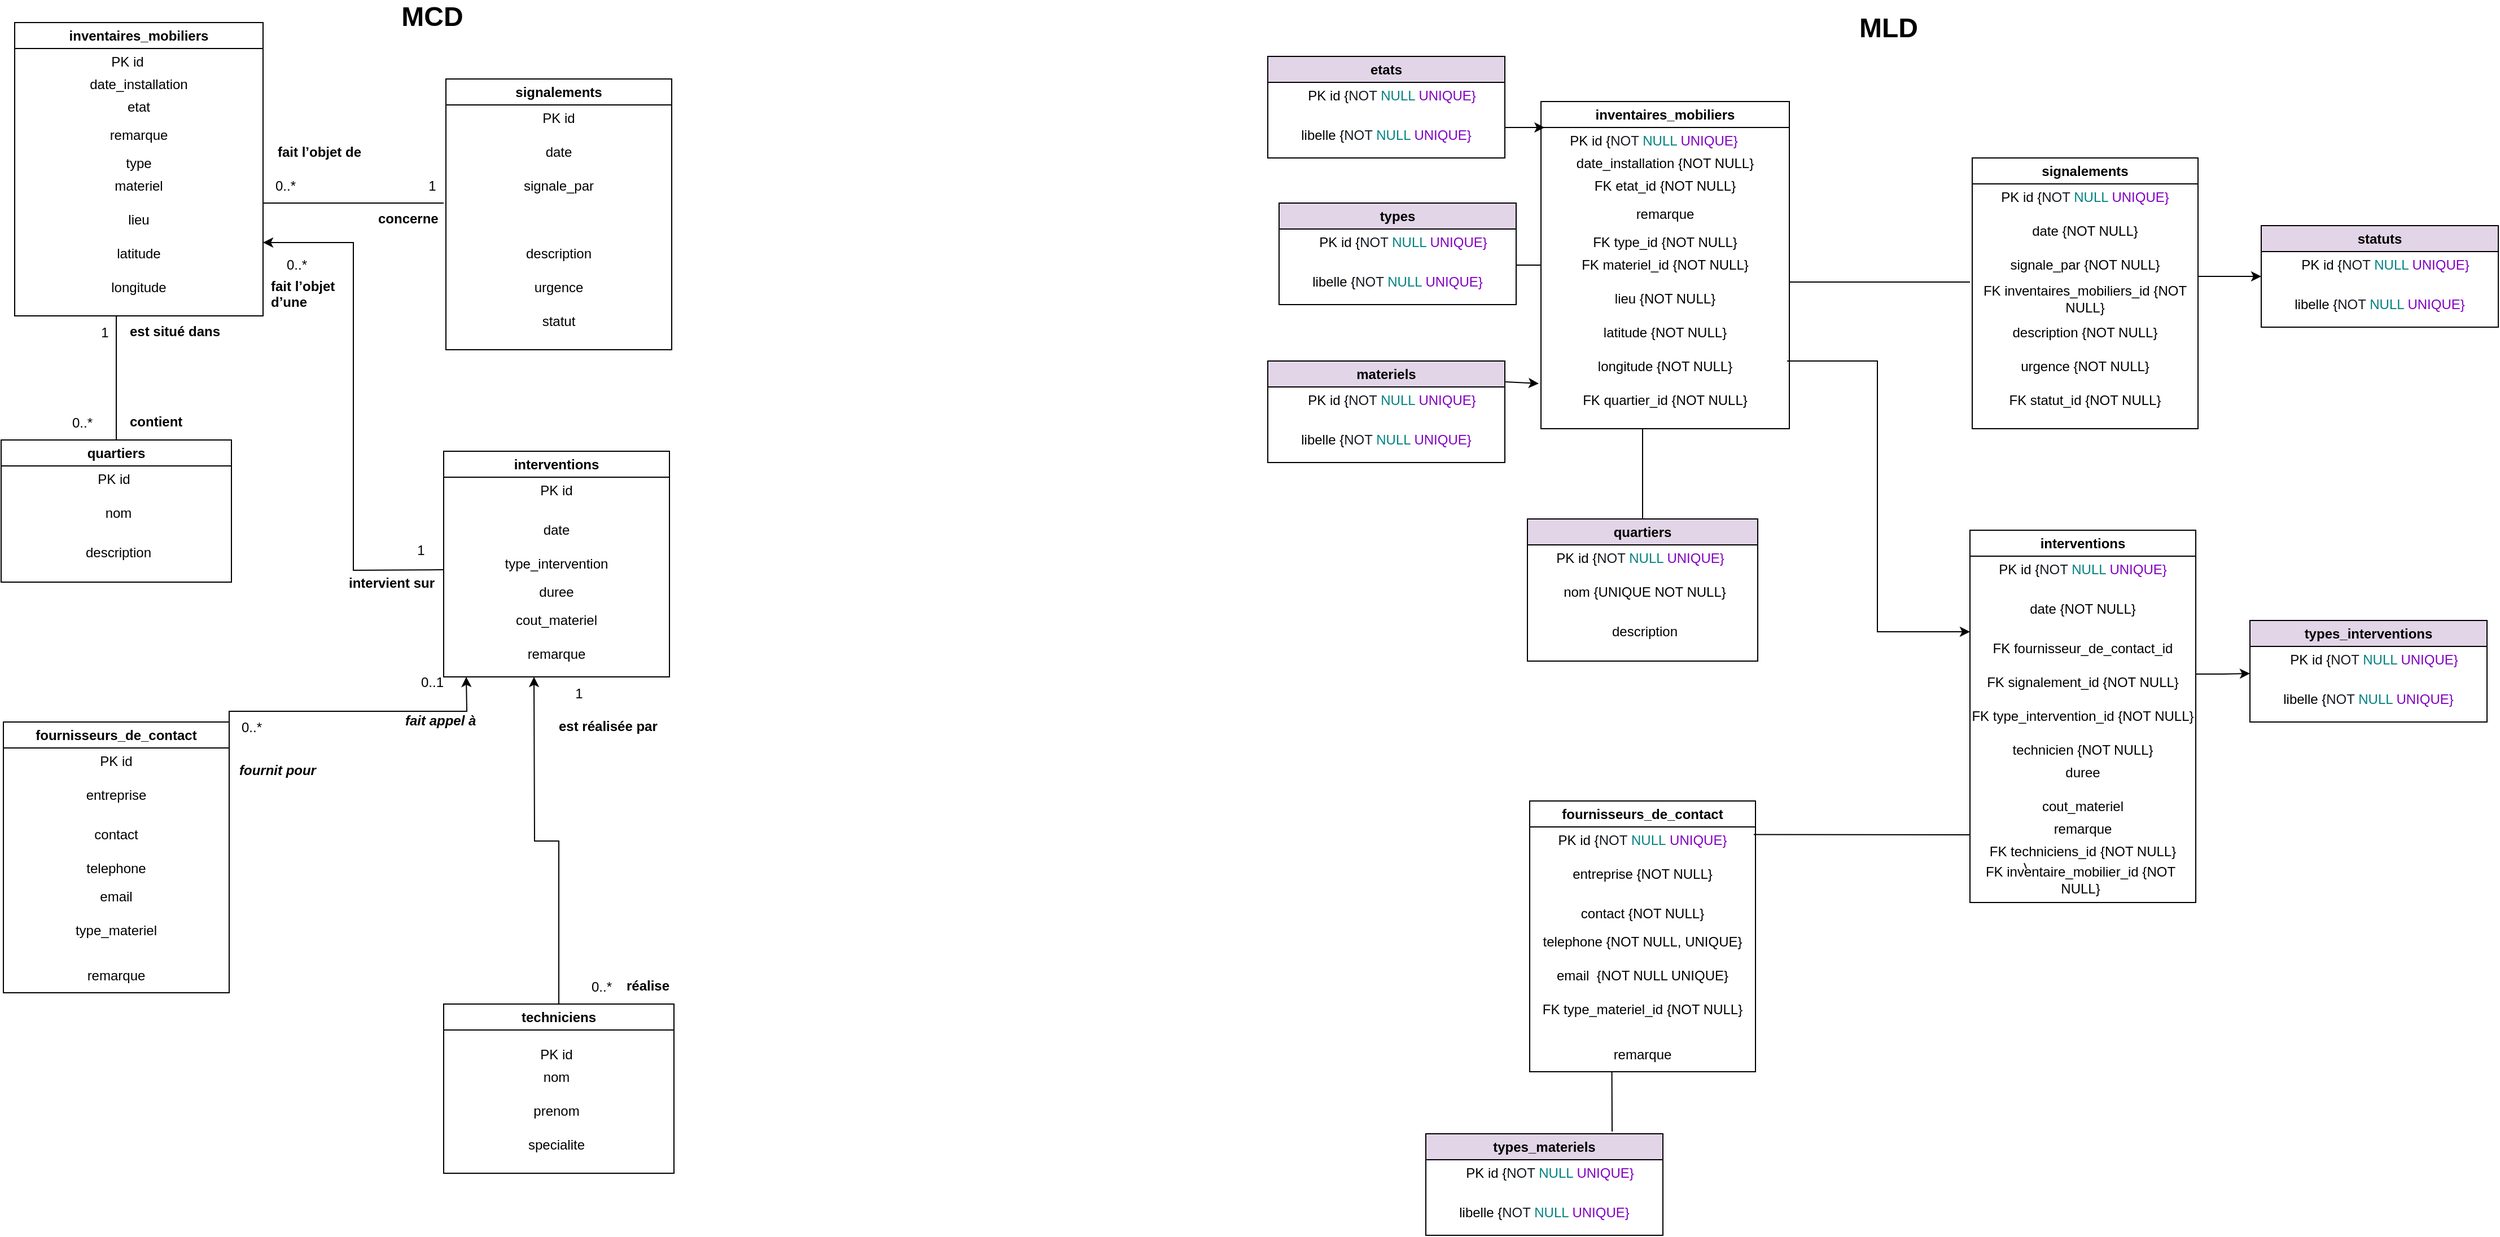
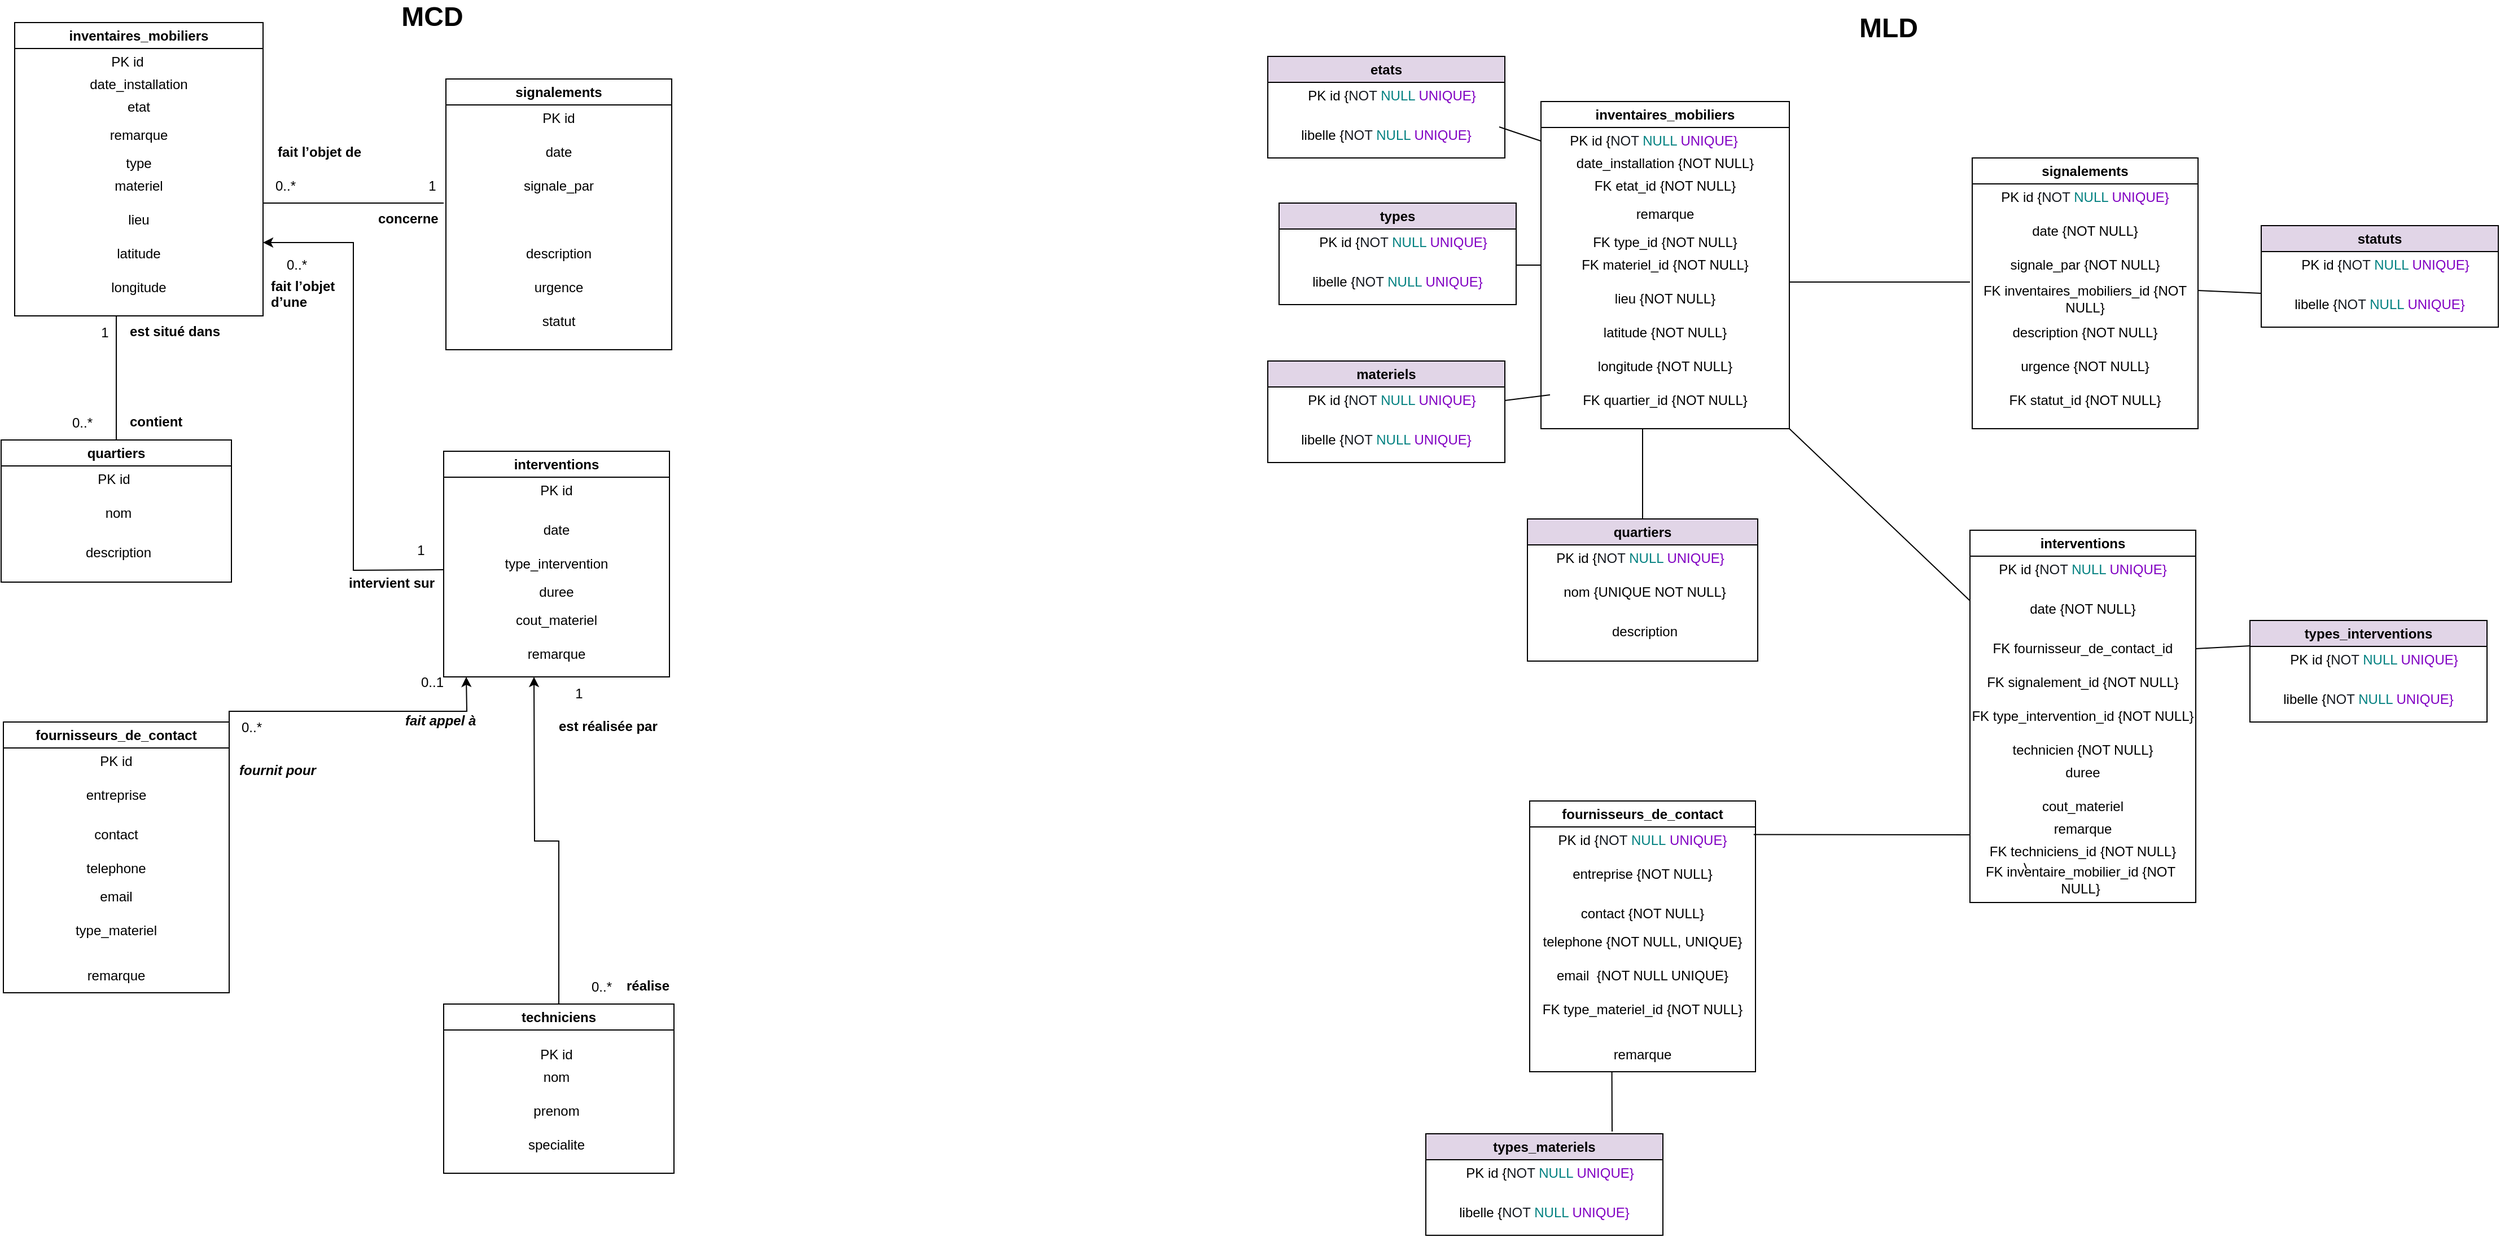
- <mxfile host="app.diagrams.net" agent="Mozilla/5.0 (Macintosh; Intel Mac OS X 10_15_7) AppleWebKit/605.1.15 (KHTML, like Gecko) Version/26.3 Safari/605.1.15" version="29.3.4">
+ <mxfile host="app.diagrams.net" agent="Mozilla/5.0 (Macintosh; Intel Mac OS X 10_15_7) AppleWebKit/605.1.15 (KHTML, like Gecko) Version/26.3 Safari/605.1.15">
  <diagram name="Page-1" id="qI_i529aqIQb4XtuPHaz">
-     <mxGraphModel dx="702" dy="481" grid="1" gridSize="10" guides="1" tooltips="1" connect="1" arrows="1" fold="1" page="1" pageScale="1" pageWidth="827" pageHeight="1169" math="0" shadow="0">
+     <mxGraphModel dx="1548" dy="1072" grid="1" gridSize="10" guides="1" tooltips="1" connect="1" arrows="1" fold="1" page="1" pageScale="1" pageWidth="827" pageHeight="1169" math="0" shadow="0">
      <root>
        <mxCell id="0" />
        <mxCell id="1" parent="0" />
        <mxCell id="W7fyBIp_Z-IjTHX4Fqgb-1" parent="1" style="swimlane;whiteSpace=wrap;html=1;" value="fournisseurs_de_contact" vertex="1">
          <mxGeometry height="240" width="200" x="60" y="660" as="geometry" />
        </mxCell>
        <mxCell id="KaxJKvIV5xf2s8ch7RQ2-11" edge="1" parent="W7fyBIp_Z-IjTHX4Fqgb-1" source="W7fyBIp_Z-IjTHX4Fqgb-6" style="edgeStyle=orthogonalEdgeStyle;rounded=0;orthogonalLoop=1;jettySize=auto;html=1;exitX=1;exitY=0;exitDx=0;exitDy=0;">
          <mxGeometry relative="1" as="geometry">
            <mxPoint x="410" y="-40" as="targetPoint" />
          </mxGeometry>
        </mxCell>
        <mxCell id="W7fyBIp_Z-IjTHX4Fqgb-6" parent="W7fyBIp_Z-IjTHX4Fqgb-1" style="text;html=1;whiteSpace=wrap;strokeColor=none;fillColor=none;align=center;verticalAlign=middle;rounded=0;" value="PK id" vertex="1">
          <mxGeometry height="30" width="200" y="20" as="geometry" />
        </mxCell>
        <mxCell id="W7fyBIp_Z-IjTHX4Fqgb-7" parent="W7fyBIp_Z-IjTHX4Fqgb-1" style="text;html=1;whiteSpace=wrap;strokeColor=none;fillColor=none;align=center;verticalAlign=middle;rounded=0;" value="entreprise" vertex="1">
          <mxGeometry height="30" width="200" y="50" as="geometry" />
        </mxCell>
        <mxCell id="aokPFI74hNtUqefgqpum-1" parent="W7fyBIp_Z-IjTHX4Fqgb-1" style="text;html=1;whiteSpace=wrap;strokeColor=none;fillColor=none;align=center;verticalAlign=middle;rounded=0;" value="contact" vertex="1">
          <mxGeometry height="30" width="200" y="85" as="geometry" />
        </mxCell>
        <mxCell id="aokPFI74hNtUqefgqpum-2" parent="W7fyBIp_Z-IjTHX4Fqgb-1" style="text;html=1;whiteSpace=wrap;strokeColor=none;fillColor=none;align=center;verticalAlign=middle;rounded=0;" value="email" vertex="1">
          <mxGeometry height="30" width="200" y="140" as="geometry" />
        </mxCell>
        <mxCell id="aokPFI74hNtUqefgqpum-3" parent="W7fyBIp_Z-IjTHX4Fqgb-1" style="text;html=1;whiteSpace=wrap;strokeColor=none;fillColor=none;align=center;verticalAlign=middle;rounded=0;" value="type_materiel" vertex="1">
          <mxGeometry height="30" width="200" y="170" as="geometry" />
        </mxCell>
        <mxCell id="aokPFI74hNtUqefgqpum-4" parent="W7fyBIp_Z-IjTHX4Fqgb-1" style="text;html=1;whiteSpace=wrap;strokeColor=none;fillColor=none;align=center;verticalAlign=middle;rounded=0;" value="remarque" vertex="1">
          <mxGeometry height="30" width="200" y="210" as="geometry" />
        </mxCell>
        <mxCell id="9jj5AoaBkXmBQrcGDdKF-15" parent="W7fyBIp_Z-IjTHX4Fqgb-1" style="text;html=1;whiteSpace=wrap;strokeColor=none;fillColor=none;align=center;verticalAlign=middle;rounded=0;" value="telephone" vertex="1">
          <mxGeometry height="30" width="200" y="115" as="geometry" />
        </mxCell>
        <mxCell id="W7fyBIp_Z-IjTHX4Fqgb-2" parent="1" style="swimlane;whiteSpace=wrap;html=1;" value="interventions" vertex="1">
          <mxGeometry height="200" width="200" x="450" y="420" as="geometry" />
        </mxCell>
        <mxCell id="aokPFI74hNtUqefgqpum-5" parent="W7fyBIp_Z-IjTHX4Fqgb-2" style="text;html=1;whiteSpace=wrap;strokeColor=none;fillColor=none;align=center;verticalAlign=middle;rounded=0;" value="PK id" vertex="1">
          <mxGeometry height="30" width="200" y="20" as="geometry" />
        </mxCell>
        <mxCell id="aokPFI74hNtUqefgqpum-6" parent="W7fyBIp_Z-IjTHX4Fqgb-2" style="text;html=1;whiteSpace=wrap;strokeColor=none;fillColor=none;align=center;verticalAlign=middle;rounded=0;" value="date" vertex="1">
          <mxGeometry height="30" width="200" y="55" as="geometry" />
        </mxCell>
        <mxCell id="aokPFI74hNtUqefgqpum-8" parent="W7fyBIp_Z-IjTHX4Fqgb-2" style="text;html=1;whiteSpace=wrap;strokeColor=none;fillColor=none;align=center;verticalAlign=middle;rounded=0;" value="type_intervention" vertex="1">
          <mxGeometry height="30" width="200" y="85" as="geometry" />
        </mxCell>
        <mxCell id="aokPFI74hNtUqefgqpum-10" parent="W7fyBIp_Z-IjTHX4Fqgb-2" style="text;html=1;whiteSpace=wrap;strokeColor=none;fillColor=none;align=center;verticalAlign=middle;rounded=0;" value="duree" vertex="1">
          <mxGeometry height="30" width="200" y="110" as="geometry" />
        </mxCell>
        <mxCell id="aokPFI74hNtUqefgqpum-11" parent="W7fyBIp_Z-IjTHX4Fqgb-2" style="text;html=1;whiteSpace=wrap;strokeColor=none;fillColor=none;align=center;verticalAlign=middle;rounded=0;" value="cout_materiel" vertex="1">
          <mxGeometry height="30" width="200" y="135" as="geometry" />
        </mxCell>
        <mxCell id="aokPFI74hNtUqefgqpum-12" parent="W7fyBIp_Z-IjTHX4Fqgb-2" style="text;html=1;whiteSpace=wrap;strokeColor=none;fillColor=none;align=center;verticalAlign=middle;rounded=0;" value="remarque" vertex="1">
          <mxGeometry height="30" width="200" y="165" as="geometry" />
        </mxCell>
        <mxCell id="W7fyBIp_Z-IjTHX4Fqgb-3" parent="1" style="swimlane;whiteSpace=wrap;html=1;rounded=0;align=center;verticalAlign=middle;fontFamily=Helvetica;fontSize=12;fontColor=default;fillColor=none;gradientColor=none;" value="inventaires_mobiliers" vertex="1">
          <mxGeometry height="260" width="220" x="70" y="40" as="geometry" />
        </mxCell>
        <mxCell id="aokPFI74hNtUqefgqpum-13" parent="W7fyBIp_Z-IjTHX4Fqgb-3" style="text;html=1;whiteSpace=wrap;strokeColor=none;fillColor=none;align=center;verticalAlign=middle;rounded=0;fontFamily=Helvetica;fontSize=12;fontColor=default;" value="PK id" vertex="1">
          <mxGeometry height="30" width="200" y="20" as="geometry" />
        </mxCell>
        <mxCell id="aokPFI74hNtUqefgqpum-19" parent="W7fyBIp_Z-IjTHX4Fqgb-3" style="text;html=1;whiteSpace=wrap;strokeColor=none;fillColor=none;align=center;verticalAlign=middle;rounded=0;" value="date_installation" vertex="1">
          <mxGeometry height="30" width="200" x="10" y="40" as="geometry" />
        </mxCell>
        <mxCell id="aokPFI74hNtUqefgqpum-20" parent="W7fyBIp_Z-IjTHX4Fqgb-3" style="text;html=1;whiteSpace=wrap;strokeColor=none;fillColor=none;align=center;verticalAlign=middle;rounded=0;" value="etat" vertex="1">
          <mxGeometry height="30" width="200" x="10" y="60" as="geometry" />
        </mxCell>
        <mxCell id="aokPFI74hNtUqefgqpum-21" parent="W7fyBIp_Z-IjTHX4Fqgb-3" style="text;html=1;whiteSpace=wrap;strokeColor=none;fillColor=none;align=center;verticalAlign=middle;rounded=0;" value="remarque" vertex="1">
          <mxGeometry height="20" width="200" x="10" y="90" as="geometry" />
        </mxCell>
        <mxCell id="9jj5AoaBkXmBQrcGDdKF-18" parent="W7fyBIp_Z-IjTHX4Fqgb-3" style="text;html=1;whiteSpace=wrap;strokeColor=none;fillColor=none;align=center;verticalAlign=middle;rounded=0;fontFamily=Helvetica;fontSize=12;fontColor=default;" value="type" vertex="1">
          <mxGeometry height="30" width="200" x="10" y="110" as="geometry" />
        </mxCell>
        <mxCell id="9jj5AoaBkXmBQrcGDdKF-19" parent="W7fyBIp_Z-IjTHX4Fqgb-3" style="text;html=1;whiteSpace=wrap;strokeColor=none;fillColor=none;align=center;verticalAlign=middle;rounded=0;fontFamily=Helvetica;fontSize=12;fontColor=default;" value="materiel" vertex="1">
          <mxGeometry height="30" width="200" x="10" y="130" as="geometry" />
        </mxCell>
        <mxCell id="9jj5AoaBkXmBQrcGDdKF-20" parent="W7fyBIp_Z-IjTHX4Fqgb-3" style="text;html=1;whiteSpace=wrap;strokeColor=none;fillColor=none;align=center;verticalAlign=middle;rounded=0;fontFamily=Helvetica;fontSize=12;fontColor=default;" value="lieu" vertex="1">
          <mxGeometry height="30" width="200" x="10" y="160" as="geometry" />
        </mxCell>
        <mxCell id="9jj5AoaBkXmBQrcGDdKF-22" parent="W7fyBIp_Z-IjTHX4Fqgb-3" style="text;html=1;whiteSpace=wrap;strokeColor=none;fillColor=none;align=center;verticalAlign=middle;rounded=0;fontFamily=Helvetica;fontSize=12;fontColor=default;" value="latitude" vertex="1">
          <mxGeometry height="30" width="200" x="10" y="190" as="geometry" />
        </mxCell>
        <mxCell id="9jj5AoaBkXmBQrcGDdKF-23" parent="W7fyBIp_Z-IjTHX4Fqgb-3" style="text;html=1;whiteSpace=wrap;strokeColor=none;fillColor=none;align=center;verticalAlign=middle;rounded=0;fontFamily=Helvetica;fontSize=12;fontColor=default;" value="longitude" vertex="1">
          <mxGeometry height="30" width="200" x="10" y="220" as="geometry" />
        </mxCell>
        <mxCell id="W7fyBIp_Z-IjTHX4Fqgb-5" parent="1" style="swimlane;whiteSpace=wrap;html=1;" value="signalements" vertex="1">
          <mxGeometry height="240" width="200" x="452" y="90" as="geometry" />
        </mxCell>
        <mxCell id="aokPFI74hNtUqefgqpum-22" parent="W7fyBIp_Z-IjTHX4Fqgb-5" style="text;html=1;whiteSpace=wrap;strokeColor=none;fillColor=none;align=center;verticalAlign=middle;rounded=0;" value="PK id" vertex="1">
          <mxGeometry height="30" width="200" y="20" as="geometry" />
        </mxCell>
        <mxCell id="aokPFI74hNtUqefgqpum-23" parent="W7fyBIp_Z-IjTHX4Fqgb-5" style="text;html=1;whiteSpace=wrap;strokeColor=none;fillColor=none;align=center;verticalAlign=middle;rounded=0;" value="date" vertex="1">
          <mxGeometry height="30" width="200" y="50" as="geometry" />
        </mxCell>
        <mxCell id="aokPFI74hNtUqefgqpum-24" parent="W7fyBIp_Z-IjTHX4Fqgb-5" style="text;html=1;whiteSpace=wrap;strokeColor=none;fillColor=none;align=center;verticalAlign=middle;rounded=0;" value="signale_par" vertex="1">
          <mxGeometry height="30" width="200" y="80" as="geometry" />
        </mxCell>
        <mxCell id="aokPFI74hNtUqefgqpum-26" parent="W7fyBIp_Z-IjTHX4Fqgb-5" style="text;html=1;whiteSpace=wrap;strokeColor=none;fillColor=none;align=center;verticalAlign=middle;rounded=0;" value="description" vertex="1">
          <mxGeometry height="30" width="200" y="140" as="geometry" />
        </mxCell>
        <mxCell id="aokPFI74hNtUqefgqpum-27" parent="W7fyBIp_Z-IjTHX4Fqgb-5" style="text;html=1;whiteSpace=wrap;strokeColor=none;fillColor=none;align=center;verticalAlign=middle;rounded=0;" value="urgence" vertex="1">
          <mxGeometry height="30" width="200" y="170" as="geometry" />
        </mxCell>
        <mxCell id="aokPFI74hNtUqefgqpum-28" parent="W7fyBIp_Z-IjTHX4Fqgb-5" style="text;html=1;whiteSpace=wrap;strokeColor=none;fillColor=none;align=center;verticalAlign=middle;rounded=0;" value="statut" vertex="1">
          <mxGeometry height="30" width="200" y="200" as="geometry" />
        </mxCell>
        <mxCell id="9jj5AoaBkXmBQrcGDdKF-45" parent="W7fyBIp_Z-IjTHX4Fqgb-5" style="text;html=1;whiteSpace=wrap;strokeColor=none;fillColor=none;align=center;verticalAlign=middle;rounded=0;" value="1" vertex="1">
          <mxGeometry height="30" width="60" x="-42" y="80" as="geometry" />
        </mxCell>
        <mxCell id="9jj5AoaBkXmBQrcGDdKF-1" edge="1" parent="1" style="endArrow=none;html=1;rounded=0;" value="">
          <mxGeometry height="50" relative="1" width="50" as="geometry">
            <mxPoint x="290" y="200" as="sourcePoint" />
            <mxPoint x="450" y="200" as="targetPoint" />
          </mxGeometry>
        </mxCell>
        <mxCell id="9jj5AoaBkXmBQrcGDdKF-4" parent="1" style="text;html=1;whiteSpace=wrap;strokeColor=none;fillColor=none;align=center;verticalAlign=middle;rounded=0;" value="0..*" vertex="1">
          <mxGeometry height="30" width="60" x="280" y="170" as="geometry" />
        </mxCell>
        <mxCell id="9jj5AoaBkXmBQrcGDdKF-7" parent="1" style="text;html=1;whiteSpace=wrap;strokeColor=none;fillColor=none;align=center;verticalAlign=middle;rounded=0;" value="0..1" vertex="1">
          <mxGeometry height="30" width="60" x="410" y="610" as="geometry" />
        </mxCell>
        <mxCell id="9jj5AoaBkXmBQrcGDdKF-8" parent="1" style="text;html=1;whiteSpace=wrap;strokeColor=none;fillColor=none;align=center;verticalAlign=middle;rounded=0;" value="0..*" vertex="1">
          <mxGeometry height="30" width="60" x="250" y="650" as="geometry" />
        </mxCell>
        <mxCell id="9jj5AoaBkXmBQrcGDdKF-28" parent="1" style="swimlane;whiteSpace=wrap;html=1;" value="quartiers" vertex="1">
          <mxGeometry height="126" width="204" x="58" y="410" as="geometry" />
        </mxCell>
        <mxCell id="9jj5AoaBkXmBQrcGDdKF-29" parent="9jj5AoaBkXmBQrcGDdKF-28" style="text;html=1;whiteSpace=wrap;strokeColor=none;fillColor=none;align=center;verticalAlign=middle;rounded=0;" value="PK id" vertex="1">
          <mxGeometry height="30" width="200" y="20" as="geometry" />
        </mxCell>
        <mxCell id="9jj5AoaBkXmBQrcGDdKF-32" parent="9jj5AoaBkXmBQrcGDdKF-28" style="text;html=1;whiteSpace=wrap;strokeColor=none;fillColor=none;align=center;verticalAlign=middle;rounded=0;" value="nom" vertex="1">
          <mxGeometry height="30" width="200" x="4" y="50" as="geometry" />
        </mxCell>
        <mxCell id="9jj5AoaBkXmBQrcGDdKF-33" parent="9jj5AoaBkXmBQrcGDdKF-28" style="text;html=1;whiteSpace=wrap;strokeColor=none;fillColor=none;align=center;verticalAlign=middle;rounded=0;" value="description" vertex="1">
          <mxGeometry height="30" width="200" x="4" y="85" as="geometry" />
        </mxCell>
        <mxCell id="KaxJKvIV5xf2s8ch7RQ2-14" edge="1" parent="1" source="9jj5AoaBkXmBQrcGDdKF-30" style="edgeStyle=orthogonalEdgeStyle;rounded=0;orthogonalLoop=1;jettySize=auto;html=1;exitX=0.5;exitY=0;exitDx=0;exitDy=0;">
          <mxGeometry relative="1" as="geometry">
            <mxPoint x="530" y="620" as="targetPoint" />
          </mxGeometry>
        </mxCell>
        <mxCell id="9jj5AoaBkXmBQrcGDdKF-30" parent="1" style="swimlane;whiteSpace=wrap;html=1;startSize=23;" value="techniciens" vertex="1">
          <mxGeometry height="150" width="204" x="450" y="910" as="geometry" />
        </mxCell>
        <mxCell id="9jj5AoaBkXmBQrcGDdKF-31" parent="9jj5AoaBkXmBQrcGDdKF-30" style="text;html=1;whiteSpace=wrap;strokeColor=none;fillColor=none;align=center;verticalAlign=middle;rounded=0;" value="PK id" vertex="1">
          <mxGeometry height="30" width="200" y="30" as="geometry" />
        </mxCell>
        <mxCell id="9jj5AoaBkXmBQrcGDdKF-34" parent="9jj5AoaBkXmBQrcGDdKF-30" style="text;html=1;whiteSpace=wrap;strokeColor=none;fillColor=none;align=center;verticalAlign=middle;rounded=0;" value="nom" vertex="1">
          <mxGeometry height="30" width="200" y="50" as="geometry" />
        </mxCell>
        <mxCell id="9jj5AoaBkXmBQrcGDdKF-35" parent="9jj5AoaBkXmBQrcGDdKF-30" style="text;html=1;whiteSpace=wrap;strokeColor=none;fillColor=none;align=center;verticalAlign=middle;rounded=0;" value="prenom" vertex="1">
          <mxGeometry height="30" width="200" y="80" as="geometry" />
        </mxCell>
        <mxCell id="9jj5AoaBkXmBQrcGDdKF-36" parent="9jj5AoaBkXmBQrcGDdKF-30" style="text;html=1;whiteSpace=wrap;strokeColor=none;fillColor=none;align=center;verticalAlign=middle;rounded=0;" value="specialite" vertex="1">
          <mxGeometry height="30" width="200" y="110" as="geometry" />
        </mxCell>
        <mxCell id="9jj5AoaBkXmBQrcGDdKF-40" parent="1" style="text;html=1;whiteSpace=wrap;strokeColor=none;fillColor=none;align=center;verticalAlign=middle;rounded=0;" value="1" vertex="1">
          <mxGeometry height="30" width="60" x="540" y="620" as="geometry" />
        </mxCell>
        <mxCell id="9jj5AoaBkXmBQrcGDdKF-41" parent="1" style="text;html=1;whiteSpace=wrap;strokeColor=none;fillColor=none;align=center;verticalAlign=middle;rounded=0;" value="0..*" vertex="1">
          <mxGeometry height="30" width="60" x="560" y="880" as="geometry" />
        </mxCell>
        <mxCell id="9jj5AoaBkXmBQrcGDdKF-48" edge="1" parent="1" style="endArrow=none;html=1;rounded=0;" value="">
          <mxGeometry height="50" relative="1" width="50" as="geometry">
            <mxPoint x="160" y="410" as="sourcePoint" />
            <mxPoint x="160" y="300" as="targetPoint" />
          </mxGeometry>
        </mxCell>
        <mxCell id="9jj5AoaBkXmBQrcGDdKF-51" parent="1" style="text;html=1;whiteSpace=wrap;strokeColor=none;fillColor=none;align=center;verticalAlign=middle;rounded=0;" value="1" vertex="1">
          <mxGeometry height="30" width="60" x="120" y="300" as="geometry" />
        </mxCell>
        <mxCell id="9jj5AoaBkXmBQrcGDdKF-53" parent="1" style="text;html=1;whiteSpace=wrap;strokeColor=none;fillColor=none;align=center;verticalAlign=middle;rounded=0;" value="0..*" vertex="1">
          <mxGeometry height="30" width="60" x="100" y="380" as="geometry" />
        </mxCell>
        <mxCell id="DEqoVedOSWm0KZeUY-1K-5" parent="1" style="text;html=1;whiteSpace=wrap;strokeColor=none;fillColor=none;align=center;verticalAlign=middle;rounded=0;" value="&lt;font style=&quot;font-size: 24px;&quot;&gt;&lt;b&gt;MCD&lt;/b&gt;&lt;/font&gt;" vertex="1">
          <mxGeometry height="30" width="60" x="410" y="20" as="geometry" />
        </mxCell>
        <mxCell id="Ig_Bwu8nRR3nwBBhYGdf-2" parent="1" style="text;html=1;whiteSpace=wrap;strokeColor=none;fillColor=none;align=center;verticalAlign=middle;rounded=0;" value="&lt;font style=&quot;font-size: 24px;&quot;&gt;&lt;b&gt;MLD&lt;/b&gt;&lt;/font&gt;" vertex="1">
          <mxGeometry height="30" width="60" x="1700" y="30" as="geometry" />
        </mxCell>
        <mxCell id="Ig_Bwu8nRR3nwBBhYGdf-3" parent="1" style="swimlane;whiteSpace=wrap;html=1;" value="fournisseurs_de_contact" vertex="1">
          <mxGeometry height="240" width="200" x="1412" y="730" as="geometry" />
        </mxCell>
        <mxCell id="Ig_Bwu8nRR3nwBBhYGdf-4" parent="Ig_Bwu8nRR3nwBBhYGdf-3" style="text;html=1;whiteSpace=wrap;strokeColor=none;fillColor=none;align=center;verticalAlign=middle;rounded=0;" value="PK id {&lt;span class=&quot;token token&quot; style=&quot;color: rgb(20, 24, 31);&quot;&gt;NOT&lt;/span&gt;&amp;nbsp;&lt;span class=&quot;token token&quot; style=&quot;color: rgb(0, 128, 128);&quot;&gt;NULL&lt;/span&gt;&amp;nbsp;&lt;span class=&quot;token token&quot; style=&quot;color: rgb(129, 0, 194);&quot;&gt;UNIQUE}&lt;/span&gt;" vertex="1">
          <mxGeometry height="30" width="200" y="20" as="geometry" />
        </mxCell>
        <mxCell id="Ig_Bwu8nRR3nwBBhYGdf-5" parent="Ig_Bwu8nRR3nwBBhYGdf-3" style="text;html=1;whiteSpace=wrap;strokeColor=none;fillColor=none;align=center;verticalAlign=middle;rounded=0;" value="entreprise {NOT NULL}" vertex="1">
          <mxGeometry height="30" width="200" y="50" as="geometry" />
        </mxCell>
        <mxCell id="Ig_Bwu8nRR3nwBBhYGdf-6" parent="Ig_Bwu8nRR3nwBBhYGdf-3" style="text;html=1;whiteSpace=wrap;strokeColor=none;fillColor=none;align=center;verticalAlign=middle;rounded=0;" value="contact {NOT NULL}" vertex="1">
          <mxGeometry height="30" width="200" y="85" as="geometry" />
        </mxCell>
        <mxCell id="Ig_Bwu8nRR3nwBBhYGdf-7" parent="Ig_Bwu8nRR3nwBBhYGdf-3" style="text;html=1;whiteSpace=wrap;strokeColor=none;fillColor=none;align=center;verticalAlign=middle;rounded=0;" value="email&amp;nbsp; {NOT NULL UNIQUE}" vertex="1">
          <mxGeometry height="30" width="200" y="140" as="geometry" />
        </mxCell>
        <mxCell id="Ig_Bwu8nRR3nwBBhYGdf-8" parent="Ig_Bwu8nRR3nwBBhYGdf-3" style="text;html=1;whiteSpace=wrap;strokeColor=none;fillColor=none;align=center;verticalAlign=middle;rounded=0;" value="FK type_materiel_id {NOT NULL}" vertex="1">
          <mxGeometry height="30" width="200" y="170" as="geometry" />
        </mxCell>
        <mxCell id="Ig_Bwu8nRR3nwBBhYGdf-9" parent="Ig_Bwu8nRR3nwBBhYGdf-3" style="text;html=1;whiteSpace=wrap;strokeColor=none;fillColor=none;align=center;verticalAlign=middle;rounded=0;" value="remarque" vertex="1">
          <mxGeometry height="30" width="200" y="210" as="geometry" />
        </mxCell>
        <mxCell id="Ig_Bwu8nRR3nwBBhYGdf-10" parent="Ig_Bwu8nRR3nwBBhYGdf-3" style="text;html=1;whiteSpace=wrap;strokeColor=none;fillColor=none;align=center;verticalAlign=middle;rounded=0;" value="telephone {NOT NULL, UNIQUE}" vertex="1">
          <mxGeometry height="30" width="200" y="110" as="geometry" />
        </mxCell>
        <mxCell id="Ig_Bwu8nRR3nwBBhYGdf-11" parent="1" style="swimlane;whiteSpace=wrap;html=1;" value="interventions" vertex="1">
          <mxGeometry height="330" width="200" x="1802" y="490" as="geometry" />
        </mxCell>
        <mxCell id="Ig_Bwu8nRR3nwBBhYGdf-12" parent="Ig_Bwu8nRR3nwBBhYGdf-11" style="text;html=1;whiteSpace=wrap;strokeColor=none;fillColor=none;align=center;verticalAlign=middle;rounded=0;" value="PK id {&lt;span class=&quot;token token&quot; style=&quot;color: rgb(20, 24, 31);&quot;&gt;NOT&lt;/span&gt; &lt;span class=&quot;token token&quot; style=&quot;color: rgb(0, 128, 128);&quot;&gt;NULL&lt;/span&gt; &lt;span class=&quot;token token&quot; style=&quot;color: rgb(129, 0, 194);&quot;&gt;UNIQUE}&lt;/span&gt;" vertex="1">
          <mxGeometry height="30" width="200" y="20" as="geometry" />
        </mxCell>
        <mxCell id="Ig_Bwu8nRR3nwBBhYGdf-13" parent="Ig_Bwu8nRR3nwBBhYGdf-11" style="text;html=1;whiteSpace=wrap;strokeColor=none;fillColor=none;align=center;verticalAlign=middle;rounded=0;" value="date {NOT NULL}" vertex="1">
          <mxGeometry height="30" width="200" y="55" as="geometry" />
        </mxCell>
        <mxCell id="Ig_Bwu8nRR3nwBBhYGdf-14" parent="Ig_Bwu8nRR3nwBBhYGdf-11" style="text;html=1;whiteSpace=wrap;strokeColor=none;fillColor=none;align=center;verticalAlign=middle;rounded=0;" value="FK type_intervention_id {NOT NULL}" vertex="1">
          <mxGeometry height="30" width="200" y="150" as="geometry" />
        </mxCell>
        <mxCell id="Ig_Bwu8nRR3nwBBhYGdf-15" parent="Ig_Bwu8nRR3nwBBhYGdf-11" style="text;html=1;whiteSpace=wrap;strokeColor=none;fillColor=none;align=center;verticalAlign=middle;rounded=0;" value="duree" vertex="1">
          <mxGeometry height="30" width="200" y="200" as="geometry" />
        </mxCell>
        <mxCell id="Ig_Bwu8nRR3nwBBhYGdf-16" parent="Ig_Bwu8nRR3nwBBhYGdf-11" style="text;html=1;whiteSpace=wrap;strokeColor=none;fillColor=none;align=center;verticalAlign=middle;rounded=0;" value="cout_materiel" vertex="1">
          <mxGeometry height="30" width="200" y="230" as="geometry" />
        </mxCell>
        <mxCell id="Ig_Bwu8nRR3nwBBhYGdf-17" parent="Ig_Bwu8nRR3nwBBhYGdf-11" style="text;html=1;whiteSpace=wrap;strokeColor=none;fillColor=none;align=center;verticalAlign=middle;rounded=0;" value="remarque" vertex="1">
          <mxGeometry height="30" width="200" y="250" as="geometry" />
        </mxCell>
        <mxCell id="Ig_Bwu8nRR3nwBBhYGdf-18" parent="Ig_Bwu8nRR3nwBBhYGdf-11" style="text;html=1;whiteSpace=wrap;strokeColor=none;fillColor=none;align=center;verticalAlign=middle;rounded=0;" value="FK fournisseur_de_contact_id" vertex="1">
          <mxGeometry height="30" width="200" y="90" as="geometry" />
        </mxCell>
        <mxCell id="Ig_Bwu8nRR3nwBBhYGdf-19" parent="Ig_Bwu8nRR3nwBBhYGdf-11" style="text;html=1;whiteSpace=wrap;strokeColor=none;fillColor=none;align=center;verticalAlign=middle;rounded=0;" value="FK signalement_id {NOT NULL}" vertex="1">
          <mxGeometry height="30" width="200" y="120" as="geometry" />
        </mxCell>
        <mxCell id="Ig_Bwu8nRR3nwBBhYGdf-20" parent="Ig_Bwu8nRR3nwBBhYGdf-11" style="text;html=1;whiteSpace=wrap;strokeColor=none;fillColor=none;align=center;verticalAlign=middle;rounded=0;" value="FK techniciens_id {NOT NULL}" vertex="1">
          <mxGeometry height="30" width="200" y="270" as="geometry" />
        </mxCell>
        <mxCell id="gmzRCIpwLgexuGM6XNXw-1" parent="Ig_Bwu8nRR3nwBBhYGdf-11" style="text;html=1;whiteSpace=wrap;strokeColor=none;fillColor=none;align=center;verticalAlign=middle;rounded=0;" value="technicien {NOT NULL}" vertex="1">
          <mxGeometry height="30" width="200" y="180" as="geometry" />
        </mxCell>
        <mxCell id="Ig_Bwu8nRR3nwBBhYGdf-21" parent="1" style="swimlane;whiteSpace=wrap;html=1;rounded=0;align=center;verticalAlign=middle;fontFamily=Helvetica;fontSize=12;fontColor=default;fillColor=none;gradientColor=none;" value="inventaires_mobiliers" vertex="1">
          <mxGeometry height="290" width="220" x="1422" y="110" as="geometry" />
        </mxCell>
        <mxCell id="Ig_Bwu8nRR3nwBBhYGdf-22" parent="Ig_Bwu8nRR3nwBBhYGdf-21" style="text;html=1;whiteSpace=wrap;strokeColor=none;fillColor=none;align=center;verticalAlign=middle;rounded=0;fontFamily=Helvetica;fontSize=12;fontColor=default;" value="PK id {&lt;span class=&quot;token token&quot; style=&quot;color: rgb(20, 24, 31);&quot;&gt;NOT&lt;/span&gt; &lt;span class=&quot;token token&quot; style=&quot;color: rgb(0, 128, 128);&quot;&gt;NULL&lt;/span&gt; &lt;span class=&quot;token token&quot; style=&quot;color: rgb(129, 0, 194);&quot;&gt;UNIQUE}&lt;/span&gt;" vertex="1">
          <mxGeometry height="30" width="200" y="20" as="geometry" />
        </mxCell>
        <mxCell id="Ig_Bwu8nRR3nwBBhYGdf-23" parent="Ig_Bwu8nRR3nwBBhYGdf-21" style="text;html=1;whiteSpace=wrap;strokeColor=none;fillColor=none;align=center;verticalAlign=middle;rounded=0;" value="date_installation {NOT NULL}" vertex="1">
          <mxGeometry height="30" width="200" x="10" y="40" as="geometry" />
        </mxCell>
        <mxCell id="Ig_Bwu8nRR3nwBBhYGdf-24" parent="Ig_Bwu8nRR3nwBBhYGdf-21" style="text;html=1;whiteSpace=wrap;strokeColor=none;fillColor=none;align=center;verticalAlign=middle;rounded=0;" value="FK etat_id {NOT NULL}" vertex="1">
          <mxGeometry height="30" width="200" x="10" y="60" as="geometry" />
        </mxCell>
        <mxCell id="Ig_Bwu8nRR3nwBBhYGdf-25" parent="Ig_Bwu8nRR3nwBBhYGdf-21" style="text;html=1;whiteSpace=wrap;strokeColor=none;fillColor=none;align=center;verticalAlign=middle;rounded=0;" value="remarque" vertex="1">
          <mxGeometry height="20" width="200" x="10" y="90" as="geometry" />
        </mxCell>
        <mxCell id="Ig_Bwu8nRR3nwBBhYGdf-26" parent="Ig_Bwu8nRR3nwBBhYGdf-21" style="text;html=1;whiteSpace=wrap;strokeColor=none;fillColor=none;align=center;verticalAlign=middle;rounded=0;fontFamily=Helvetica;fontSize=12;fontColor=default;" value="FK type_id {NOT NULL}" vertex="1">
          <mxGeometry height="30" width="200" x="10" y="110" as="geometry" />
        </mxCell>
        <mxCell id="Ig_Bwu8nRR3nwBBhYGdf-27" parent="Ig_Bwu8nRR3nwBBhYGdf-21" style="text;html=1;whiteSpace=wrap;strokeColor=none;fillColor=none;align=center;verticalAlign=middle;rounded=0;fontFamily=Helvetica;fontSize=12;fontColor=default;" value="FK materiel_id {NOT NULL}" vertex="1">
          <mxGeometry height="30" width="200" x="10" y="130" as="geometry" />
        </mxCell>
        <mxCell id="Ig_Bwu8nRR3nwBBhYGdf-28" parent="Ig_Bwu8nRR3nwBBhYGdf-21" style="text;html=1;whiteSpace=wrap;strokeColor=none;fillColor=none;align=center;verticalAlign=middle;rounded=0;fontFamily=Helvetica;fontSize=12;fontColor=default;" value="lieu {NOT NULL}" vertex="1">
          <mxGeometry height="30" width="200" x="10" y="160" as="geometry" />
        </mxCell>
        <mxCell id="Ig_Bwu8nRR3nwBBhYGdf-29" parent="Ig_Bwu8nRR3nwBBhYGdf-21" style="text;html=1;whiteSpace=wrap;strokeColor=none;fillColor=none;align=center;verticalAlign=middle;rounded=0;fontFamily=Helvetica;fontSize=12;fontColor=default;" value="latitude {NOT NULL}" vertex="1">
          <mxGeometry height="30" width="200" x="10" y="190" as="geometry" />
        </mxCell>
        <mxCell id="Ig_Bwu8nRR3nwBBhYGdf-30" parent="Ig_Bwu8nRR3nwBBhYGdf-21" style="text;html=1;whiteSpace=wrap;strokeColor=none;fillColor=none;align=center;verticalAlign=middle;rounded=0;fontFamily=Helvetica;fontSize=12;fontColor=default;" value="longitude {NOT NULL}" vertex="1">
          <mxGeometry height="30" width="200" x="10" y="220" as="geometry" />
        </mxCell>
        <mxCell id="Ig_Bwu8nRR3nwBBhYGdf-31" parent="Ig_Bwu8nRR3nwBBhYGdf-21" style="text;html=1;whiteSpace=wrap;strokeColor=none;fillColor=none;align=center;verticalAlign=middle;rounded=0;fontFamily=Helvetica;fontSize=12;fontColor=default;" value="FK quartier_id {NOT NULL}" vertex="1">
          <mxGeometry height="30" width="200" x="10" y="250" as="geometry" />
        </mxCell>
        <mxCell id="Ig_Bwu8nRR3nwBBhYGdf-32" parent="1" style="swimlane;whiteSpace=wrap;html=1;" value="signalements" vertex="1">
          <mxGeometry height="240" width="200" x="1804" y="160" as="geometry" />
        </mxCell>
        <mxCell id="Ig_Bwu8nRR3nwBBhYGdf-33" parent="Ig_Bwu8nRR3nwBBhYGdf-32" style="text;html=1;whiteSpace=wrap;strokeColor=none;fillColor=none;align=center;verticalAlign=middle;rounded=0;" value="PK id {&lt;span class=&quot;token token&quot; style=&quot;color: rgb(20, 24, 31);&quot;&gt;NOT&lt;/span&gt; &lt;span class=&quot;token token&quot; style=&quot;color: rgb(0, 128, 128);&quot;&gt;NULL&lt;/span&gt; &lt;span class=&quot;token token&quot; style=&quot;color: rgb(129, 0, 194);&quot;&gt;UNIQUE}&lt;/span&gt;" vertex="1">
          <mxGeometry height="30" width="200" y="20" as="geometry" />
        </mxCell>
        <mxCell id="Ig_Bwu8nRR3nwBBhYGdf-34" parent="Ig_Bwu8nRR3nwBBhYGdf-32" style="text;html=1;whiteSpace=wrap;strokeColor=none;fillColor=none;align=center;verticalAlign=middle;rounded=0;" value="date {NOT NULL}" vertex="1">
          <mxGeometry height="30" width="200" y="50" as="geometry" />
        </mxCell>
        <mxCell id="Ig_Bwu8nRR3nwBBhYGdf-35" parent="Ig_Bwu8nRR3nwBBhYGdf-32" style="text;html=1;whiteSpace=wrap;strokeColor=none;fillColor=none;align=center;verticalAlign=middle;rounded=0;" value="signale_par {NOT NULL}" vertex="1">
          <mxGeometry height="30" width="200" y="80" as="geometry" />
        </mxCell>
        <mxCell id="Ig_Bwu8nRR3nwBBhYGdf-36" parent="Ig_Bwu8nRR3nwBBhYGdf-32" style="text;html=1;whiteSpace=wrap;strokeColor=none;fillColor=none;align=center;verticalAlign=middle;rounded=0;" value="description {NOT NULL}" vertex="1">
          <mxGeometry height="30" width="200" y="140" as="geometry" />
        </mxCell>
        <mxCell id="Ig_Bwu8nRR3nwBBhYGdf-37" parent="Ig_Bwu8nRR3nwBBhYGdf-32" style="text;html=1;whiteSpace=wrap;strokeColor=none;fillColor=none;align=center;verticalAlign=middle;rounded=0;" value="urgence {NOT NULL}" vertex="1">
          <mxGeometry height="30" width="200" y="170" as="geometry" />
        </mxCell>
        <mxCell id="Ig_Bwu8nRR3nwBBhYGdf-38" parent="Ig_Bwu8nRR3nwBBhYGdf-32" style="text;html=1;whiteSpace=wrap;strokeColor=none;fillColor=none;align=center;verticalAlign=middle;rounded=0;" value="FK statut_id {NOT NULL}" vertex="1">
          <mxGeometry height="30" width="200" y="200" as="geometry" />
        </mxCell>
        <mxCell id="Ig_Bwu8nRR3nwBBhYGdf-39" parent="Ig_Bwu8nRR3nwBBhYGdf-32" style="text;html=1;whiteSpace=wrap;strokeColor=none;fillColor=none;align=center;verticalAlign=middle;rounded=0;" value="FK inventaires_mobiliers_id {NOT NULL}" vertex="1">
          <mxGeometry height="30" width="200" y="110" as="geometry" />
        </mxCell>
        <mxCell id="Ig_Bwu8nRR3nwBBhYGdf-40" edge="1" parent="1" style="endArrow=none;html=1;rounded=0;" value="">
          <mxGeometry height="50" relative="1" width="50" as="geometry">
            <mxPoint x="1642" y="270" as="sourcePoint" />
            <mxPoint x="1802" y="270" as="targetPoint" />
          </mxGeometry>
        </mxCell>
        <mxCell id="Ig_Bwu8nRR3nwBBhYGdf-46" edge="1" parent="1" source="Ig_Bwu8nRR3nwBBhYGdf-4" style="endArrow=none;html=1;rounded=0;entryX=0;entryY=0;entryDx=0;entryDy=0;exitX=0.992;exitY=0.326;exitDx=0;exitDy=0;exitPerimeter=0;" target="Ig_Bwu8nRR3nwBBhYGdf-20" value="">
          <mxGeometry height="50" relative="1" width="50" as="geometry">
            <mxPoint x="1613" y="760" as="sourcePoint" />
            <mxPoint x="1800" y="758" as="targetPoint" />
          </mxGeometry>
        </mxCell>
        <mxCell id="Ig_Bwu8nRR3nwBBhYGdf-48" parent="1" style="swimlane;whiteSpace=wrap;html=1;fillColor=#E1D5E7;" value="quartiers" vertex="1">
          <mxGeometry height="126" width="204" x="1410" y="480" as="geometry" />
        </mxCell>
        <mxCell id="Ig_Bwu8nRR3nwBBhYGdf-49" parent="Ig_Bwu8nRR3nwBBhYGdf-48" style="text;html=1;whiteSpace=wrap;strokeColor=none;fillColor=none;align=center;verticalAlign=middle;rounded=0;" value="PK id {&lt;span class=&quot;token token&quot; style=&quot;color: rgb(20, 24, 31);&quot;&gt;NOT&lt;/span&gt; &lt;span class=&quot;token token&quot; style=&quot;color: rgb(0, 128, 128);&quot;&gt;NULL&lt;/span&gt; &lt;span class=&quot;token token&quot; style=&quot;color: rgb(129, 0, 194);&quot;&gt;UNIQUE}&lt;/span&gt;" vertex="1">
          <mxGeometry height="30" width="200" y="20" as="geometry" />
        </mxCell>
        <mxCell id="Ig_Bwu8nRR3nwBBhYGdf-50" parent="Ig_Bwu8nRR3nwBBhYGdf-48" style="text;html=1;whiteSpace=wrap;strokeColor=none;fillColor=none;align=center;verticalAlign=middle;rounded=0;" value="nom {UNIQUE NOT NULL}" vertex="1">
          <mxGeometry height="30" width="200" x="4" y="50" as="geometry" />
        </mxCell>
        <mxCell id="Ig_Bwu8nRR3nwBBhYGdf-51" parent="Ig_Bwu8nRR3nwBBhYGdf-48" style="text;html=1;whiteSpace=wrap;strokeColor=none;fillColor=none;align=center;verticalAlign=middle;rounded=0;" value="description" vertex="1">
          <mxGeometry height="30" width="200" x="4" y="85" as="geometry" />
        </mxCell>
        <mxCell id="Ig_Bwu8nRR3nwBBhYGdf-61" edge="1" parent="1" style="endArrow=none;html=1;rounded=0;entryX=1;entryY=1;entryDx=0;entryDy=0;" value="">
          <mxGeometry height="50" relative="1" width="50" as="geometry">
            <mxPoint x="1512" y="480" as="sourcePoint" />
            <mxPoint x="1512.0000000000005" y="399.9999999999998" as="targetPoint" />
          </mxGeometry>
        </mxCell>
        <mxCell id="Ig_Bwu8nRR3nwBBhYGdf-64" edge="1" parent="1" source="KaxJKvIV5xf2s8ch7RQ2-16" style="endArrow=none;html=1;rounded=0;exitX=0.25;exitY=0;exitDx=0;exitDy=0;entryX=0.25;entryY=1;entryDx=0;entryDy=0;" target="Ig_Bwu8nRR3nwBBhYGdf-20" value="">
          <mxGeometry height="50" relative="1" width="50" as="geometry">
            <mxPoint x="1812" y="850" as="sourcePoint" />
            <mxPoint x="1862" y="800" as="targetPoint" />
          </mxGeometry>
        </mxCell>
        <mxCell id="Ig_Bwu8nRR3nwBBhYGdf-68" parent="1" style="swimlane;whiteSpace=wrap;html=1;fillColor=#E1D5E7;" value="statuts" vertex="1">
          <mxGeometry height="90" width="210" x="2060" y="220" as="geometry" />
        </mxCell>
        <mxCell id="Ig_Bwu8nRR3nwBBhYGdf-73" parent="Ig_Bwu8nRR3nwBBhYGdf-68" style="text;html=1;whiteSpace=wrap;strokeColor=none;fillColor=none;align=center;verticalAlign=middle;rounded=0;fontFamily=Helvetica;fontSize=12;fontColor=default;" value="PK id {&lt;span class=&quot;token token&quot; style=&quot;color: rgb(20, 24, 31);&quot;&gt;NOT&lt;/span&gt; &lt;span class=&quot;token token&quot; style=&quot;color: rgb(0, 128, 128);&quot;&gt;NULL&lt;/span&gt; &lt;span class=&quot;token token&quot; style=&quot;color: rgb(129, 0, 194);&quot;&gt;UNIQUE}&lt;/span&gt;" vertex="1">
          <mxGeometry height="30" width="200" x="10" y="20" as="geometry" />
        </mxCell>
        <mxCell id="Ig_Bwu8nRR3nwBBhYGdf-74" parent="Ig_Bwu8nRR3nwBBhYGdf-68" style="text;html=1;whiteSpace=wrap;strokeColor=none;fillColor=none;align=center;verticalAlign=middle;rounded=0;fontFamily=Helvetica;fontSize=12;fontColor=default;" value="libelle {&lt;span class=&quot;token token&quot; style=&quot;color: rgb(20, 24, 31);&quot;&gt;NOT&lt;/span&gt; &lt;span class=&quot;token token&quot; style=&quot;color: rgb(0, 128, 128);&quot;&gt;NULL&lt;/span&gt; &lt;span class=&quot;token token&quot; style=&quot;color: rgb(129, 0, 194);&quot;&gt;UNIQUE}&lt;/span&gt;" vertex="1">
          <mxGeometry height="30" width="200" x="5" y="55" as="geometry" />
        </mxCell>
-         <mxCell id="Ig_Bwu8nRR3nwBBhYGdf-75" edge="1" parent="1" source="Ig_Bwu8nRR3nwBBhYGdf-39" style="edgeStyle=orthogonalEdgeStyle;rounded=0;orthogonalLoop=1;jettySize=auto;html=1;exitX=1;exitY=0;exitDx=0;exitDy=0;entryX=0;entryY=0.5;entryDx=0;entryDy=0;" target="Ig_Bwu8nRR3nwBBhYGdf-68">
-           <mxGeometry relative="1" as="geometry">
-             <Array as="points">
-               <mxPoint x="2004" y="265" />
-             </Array>
-           </mxGeometry>
-         </mxCell>
        <mxCell id="Ig_Bwu8nRR3nwBBhYGdf-76" parent="1" style="swimlane;whiteSpace=wrap;html=1;fillColor=#E1D5E7;" value="types" vertex="1">
          <mxGeometry height="90" width="210" x="1190" y="200" as="geometry" />
        </mxCell>
        <mxCell id="Ig_Bwu8nRR3nwBBhYGdf-77" parent="Ig_Bwu8nRR3nwBBhYGdf-76" style="text;html=1;whiteSpace=wrap;strokeColor=none;fillColor=none;align=center;verticalAlign=middle;rounded=0;fontFamily=Helvetica;fontSize=12;fontColor=default;" value="PK id {&lt;span class=&quot;token token&quot; style=&quot;color: rgb(20, 24, 31);&quot;&gt;NOT&lt;/span&gt; &lt;span class=&quot;token token&quot; style=&quot;color: rgb(0, 128, 128);&quot;&gt;NULL&lt;/span&gt; &lt;span class=&quot;token token&quot; style=&quot;color: rgb(129, 0, 194);&quot;&gt;UNIQUE}&lt;/span&gt;" vertex="1">
          <mxGeometry height="30" width="200" x="10" y="20" as="geometry" />
        </mxCell>
        <mxCell id="Ig_Bwu8nRR3nwBBhYGdf-78" parent="Ig_Bwu8nRR3nwBBhYGdf-76" style="text;html=1;whiteSpace=wrap;strokeColor=none;fillColor=none;align=center;verticalAlign=middle;rounded=0;fontFamily=Helvetica;fontSize=12;fontColor=default;" value="libelle {&lt;span class=&quot;token token&quot; style=&quot;color: rgb(20, 24, 31);&quot;&gt;NOT&lt;/span&gt; &lt;span class=&quot;token token&quot; style=&quot;color: rgb(0, 128, 128);&quot;&gt;NULL&lt;/span&gt; &lt;span class=&quot;token token&quot; style=&quot;color: rgb(129, 0, 194);&quot;&gt;UNIQUE}&lt;/span&gt;" vertex="1">
          <mxGeometry height="30" width="200" x="5" y="55" as="geometry" />
        </mxCell>
        <mxCell id="Ig_Bwu8nRR3nwBBhYGdf-79" parent="1" style="swimlane;whiteSpace=wrap;html=1;fillColor=#E1D5E7;" value="types_materiels" vertex="1">
          <mxGeometry height="90" width="210" x="1320" y="1025" as="geometry" />
        </mxCell>
        <mxCell id="Ig_Bwu8nRR3nwBBhYGdf-80" parent="Ig_Bwu8nRR3nwBBhYGdf-79" style="text;html=1;whiteSpace=wrap;strokeColor=none;fillColor=none;align=center;verticalAlign=middle;rounded=0;fontFamily=Helvetica;fontSize=12;fontColor=default;" value="PK id {&lt;span class=&quot;token token&quot; style=&quot;color: rgb(20, 24, 31);&quot;&gt;NOT&lt;/span&gt; &lt;span class=&quot;token token&quot; style=&quot;color: rgb(0, 128, 128);&quot;&gt;NULL&lt;/span&gt; &lt;span class=&quot;token token&quot; style=&quot;color: rgb(129, 0, 194);&quot;&gt;UNIQUE}&lt;/span&gt;" vertex="1">
          <mxGeometry height="30" width="200" x="10" y="20" as="geometry" />
        </mxCell>
        <mxCell id="Ig_Bwu8nRR3nwBBhYGdf-81" parent="Ig_Bwu8nRR3nwBBhYGdf-79" style="text;html=1;whiteSpace=wrap;strokeColor=none;fillColor=none;align=center;verticalAlign=middle;rounded=0;fontFamily=Helvetica;fontSize=12;fontColor=default;" value="libelle {&lt;span class=&quot;token token&quot; style=&quot;color: rgb(20, 24, 31);&quot;&gt;NOT&lt;/span&gt; &lt;span class=&quot;token token&quot; style=&quot;color: rgb(0, 128, 128);&quot;&gt;NULL&lt;/span&gt; &lt;span class=&quot;token token&quot; style=&quot;color: rgb(129, 0, 194);&quot;&gt;UNIQUE}&lt;/span&gt;" vertex="1">
          <mxGeometry height="30" width="200" x="5" y="55" as="geometry" />
        </mxCell>
        <mxCell id="Ig_Bwu8nRR3nwBBhYGdf-82" edge="1" parent="1" style="endArrow=none;html=1;rounded=0;entryX=0;entryY=0.5;entryDx=0;entryDy=0;" target="Ig_Bwu8nRR3nwBBhYGdf-21" value="">
          <mxGeometry height="50" relative="1" width="50" as="geometry">
            <mxPoint x="1400" y="255" as="sourcePoint" />
            <mxPoint x="1940" y="490" as="targetPoint" />
          </mxGeometry>
        </mxCell>
        <mxCell id="Ig_Bwu8nRR3nwBBhYGdf-83" edge="1" parent="1" style="endArrow=none;html=1;rounded=0;entryX=0.364;entryY=1.01;entryDx=0;entryDy=0;entryPerimeter=0;" target="Ig_Bwu8nRR3nwBBhYGdf-9" value="">
          <mxGeometry height="50" relative="1" width="50" as="geometry">
            <mxPoint x="1485" y="1023" as="sourcePoint" />
            <mxPoint x="1940" y="1000" as="targetPoint" />
          </mxGeometry>
        </mxCell>
        <mxCell id="Ig_Bwu8nRR3nwBBhYGdf-84" parent="1" style="swimlane;whiteSpace=wrap;html=1;fillColor=#E1D5E7;" value="types_interventions" vertex="1">
          <mxGeometry height="90" width="210" x="2050" y="570" as="geometry" />
        </mxCell>
        <mxCell id="Ig_Bwu8nRR3nwBBhYGdf-85" parent="Ig_Bwu8nRR3nwBBhYGdf-84" style="text;html=1;whiteSpace=wrap;strokeColor=none;fillColor=none;align=center;verticalAlign=middle;rounded=0;fontFamily=Helvetica;fontSize=12;fontColor=default;" value="PK id {&lt;span class=&quot;token token&quot; style=&quot;color: rgb(20, 24, 31);&quot;&gt;NOT&lt;/span&gt; &lt;span class=&quot;token token&quot; style=&quot;color: rgb(0, 128, 128);&quot;&gt;NULL&lt;/span&gt; &lt;span class=&quot;token token&quot; style=&quot;color: rgb(129, 0, 194);&quot;&gt;UNIQUE}&lt;/span&gt;" vertex="1">
          <mxGeometry height="30" width="200" x="10" y="20" as="geometry" />
        </mxCell>
        <mxCell id="Ig_Bwu8nRR3nwBBhYGdf-86" parent="Ig_Bwu8nRR3nwBBhYGdf-84" style="text;html=1;whiteSpace=wrap;strokeColor=none;fillColor=none;align=center;verticalAlign=middle;rounded=0;fontFamily=Helvetica;fontSize=12;fontColor=default;" value="libelle {&lt;span class=&quot;token token&quot; style=&quot;color: rgb(20, 24, 31);&quot;&gt;NOT&lt;/span&gt; &lt;span class=&quot;token token&quot; style=&quot;color: rgb(0, 128, 128);&quot;&gt;NULL&lt;/span&gt; &lt;span class=&quot;token token&quot; style=&quot;color: rgb(129, 0, 194);&quot;&gt;UNIQUE}&lt;/span&gt;" vertex="1">
          <mxGeometry height="30" width="200" x="5" y="55" as="geometry" />
        </mxCell>
-         <mxCell id="Ig_Bwu8nRR3nwBBhYGdf-87" edge="1" parent="1" source="Ig_Bwu8nRR3nwBBhYGdf-19" style="edgeStyle=orthogonalEdgeStyle;rounded=0;orthogonalLoop=1;jettySize=auto;html=1;exitX=1;exitY=0.25;exitDx=0;exitDy=0;">
-           <mxGeometry relative="1" as="geometry">
-             <Array as="points">
-               <mxPoint x="2026" y="617" />
-               <mxPoint x="2050" y="617" />
-             </Array>
-             <mxPoint x="2050" y="617" as="targetPoint" />
-           </mxGeometry>
-         </mxCell>
        <mxCell id="Ig_Bwu8nRR3nwBBhYGdf-88" parent="1" style="swimlane;whiteSpace=wrap;html=1;fillColor=#E1D5E7;" value="materiels" vertex="1">
          <mxGeometry height="90" width="210" x="1180" y="340" as="geometry" />
        </mxCell>
        <mxCell id="Ig_Bwu8nRR3nwBBhYGdf-89" parent="Ig_Bwu8nRR3nwBBhYGdf-88" style="text;html=1;whiteSpace=wrap;strokeColor=none;fillColor=none;align=center;verticalAlign=middle;rounded=0;fontFamily=Helvetica;fontSize=12;fontColor=default;" value="PK id {&lt;span class=&quot;token token&quot; style=&quot;color: rgb(20, 24, 31);&quot;&gt;NOT&lt;/span&gt; &lt;span class=&quot;token token&quot; style=&quot;color: rgb(0, 128, 128);&quot;&gt;NULL&lt;/span&gt; &lt;span class=&quot;token token&quot; style=&quot;color: rgb(129, 0, 194);&quot;&gt;UNIQUE}&lt;/span&gt;" vertex="1">
          <mxGeometry height="30" width="200" x="10" y="20" as="geometry" />
        </mxCell>
        <mxCell id="Ig_Bwu8nRR3nwBBhYGdf-90" parent="Ig_Bwu8nRR3nwBBhYGdf-88" style="text;html=1;whiteSpace=wrap;strokeColor=none;fillColor=none;align=center;verticalAlign=middle;rounded=0;fontFamily=Helvetica;fontSize=12;fontColor=default;" value="libelle {&lt;span class=&quot;token token&quot; style=&quot;color: rgb(20, 24, 31);&quot;&gt;NOT&lt;/span&gt; &lt;span class=&quot;token token&quot; style=&quot;color: rgb(0, 128, 128);&quot;&gt;NULL&lt;/span&gt; &lt;span class=&quot;token token&quot; style=&quot;color: rgb(129, 0, 194);&quot;&gt;UNIQUE}&lt;/span&gt;" vertex="1">
          <mxGeometry height="30" width="200" x="5" y="55" as="geometry" />
        </mxCell>
        <mxCell id="Ig_Bwu8nRR3nwBBhYGdf-91" parent="1" style="swimlane;whiteSpace=wrap;html=1;fillColor=#E1D5E7;" value="etats" vertex="1">
          <mxGeometry height="90" width="210" x="1180" y="70" as="geometry" />
        </mxCell>
        <mxCell id="Ig_Bwu8nRR3nwBBhYGdf-92" parent="Ig_Bwu8nRR3nwBBhYGdf-91" style="text;html=1;whiteSpace=wrap;strokeColor=none;fillColor=none;align=center;verticalAlign=middle;rounded=0;fontFamily=Helvetica;fontSize=12;fontColor=default;" value="PK id {&lt;span class=&quot;token token&quot; style=&quot;color: rgb(20, 24, 31);&quot;&gt;NOT&lt;/span&gt; &lt;span class=&quot;token token&quot; style=&quot;color: rgb(0, 128, 128);&quot;&gt;NULL&lt;/span&gt; &lt;span class=&quot;token token&quot; style=&quot;color: rgb(129, 0, 194);&quot;&gt;UNIQUE}&lt;/span&gt;" vertex="1">
          <mxGeometry height="30" width="200" x="10" y="20" as="geometry" />
        </mxCell>
        <mxCell id="Ig_Bwu8nRR3nwBBhYGdf-93" parent="Ig_Bwu8nRR3nwBBhYGdf-91" style="text;html=1;whiteSpace=wrap;strokeColor=none;fillColor=none;align=center;verticalAlign=middle;rounded=0;fontFamily=Helvetica;fontSize=12;fontColor=default;" value="libelle {&lt;span class=&quot;token token&quot; style=&quot;color: rgb(20, 24, 31);&quot;&gt;NOT&lt;/span&gt; &lt;span class=&quot;token token&quot; style=&quot;color: rgb(0, 128, 128);&quot;&gt;NULL&lt;/span&gt; &lt;span class=&quot;token token&quot; style=&quot;color: rgb(129, 0, 194);&quot;&gt;UNIQUE}&lt;/span&gt;" vertex="1">
          <mxGeometry height="30" width="200" x="5" y="55" as="geometry" />
-         </mxCell>
-         <mxCell id="Ig_Bwu8nRR3nwBBhYGdf-99" edge="1" parent="1" style="edgeStyle=orthogonalEdgeStyle;rounded=0;orthogonalLoop=1;jettySize=auto;html=1;entryX=0.016;entryY=0.084;entryDx=0;entryDy=0;entryPerimeter=0;" target="Ig_Bwu8nRR3nwBBhYGdf-22">
-           <mxGeometry relative="1" as="geometry">
-             <mxPoint x="1390" y="133" as="sourcePoint" />
-           </mxGeometry>
-         </mxCell>
-         <mxCell id="KaxJKvIV5xf2s8ch7RQ2-1" edge="1" parent="1" source="Ig_Bwu8nRR3nwBBhYGdf-89" style="endArrow=classic;html=1;rounded=0;exitX=1.003;exitY=-0.049;exitDx=0;exitDy=0;exitPerimeter=0;" value="">
-           <mxGeometry height="50" relative="1" width="50" as="geometry">
-             <mxPoint x="1350" y="370" as="sourcePoint" />
-             <mxPoint x="1420" y="360" as="targetPoint" />
-           </mxGeometry>
        </mxCell>
        <mxCell id="KaxJKvIV5xf2s8ch7RQ2-3" edge="1" parent="1" style="edgeStyle=orthogonalEdgeStyle;rounded=0;orthogonalLoop=1;jettySize=auto;html=1;entryX=1;entryY=0.75;entryDx=0;entryDy=0;" target="W7fyBIp_Z-IjTHX4Fqgb-3">
          <mxGeometry relative="1" as="geometry">
            <mxPoint x="450.0000000000002" y="524.9999999999998" as="sourcePoint" />
          </mxGeometry>
        </mxCell>
        <mxCell id="KaxJKvIV5xf2s8ch7RQ2-6" parent="1" style="text;html=1;whiteSpace=wrap;strokeColor=none;fillColor=none;align=center;verticalAlign=middle;rounded=0;" value="0..*" vertex="1">
          <mxGeometry height="30" width="60" x="290" y="240" as="geometry" />
        </mxCell>
        <mxCell id="KaxJKvIV5xf2s8ch7RQ2-7" parent="1" style="text;html=1;whiteSpace=wrap;strokeColor=none;fillColor=none;align=center;verticalAlign=middle;rounded=0;" value="1" vertex="1">
          <mxGeometry height="30" width="60" x="400" y="493" as="geometry" />
        </mxCell>
-         <mxCell id="KaxJKvIV5xf2s8ch7RQ2-8" edge="1" parent="1" style="edgeStyle=orthogonalEdgeStyle;rounded=0;orthogonalLoop=1;jettySize=auto;html=1;entryX=0;entryY=0;entryDx=0;entryDy=0;" target="Ig_Bwu8nRR3nwBBhYGdf-18">
-           <mxGeometry relative="1" as="geometry">
-             <Array as="points">
-               <mxPoint x="1720" y="340" />
-               <mxPoint x="1720" y="580" />
-             </Array>
-             <mxPoint x="1640" y="340" as="sourcePoint" />
-           </mxGeometry>
-         </mxCell>
        <mxCell id="KaxJKvIV5xf2s8ch7RQ2-16" parent="1" style="text;html=1;whiteSpace=wrap;strokeColor=none;fillColor=none;align=center;verticalAlign=middle;rounded=0;" value="FK inventaire_mobilier_id {NOT NULL}" vertex="1">
          <mxGeometry height="30" width="200" x="1800" y="785" as="geometry" />
        </mxCell>
        <mxCell id="KaxJKvIV5xf2s8ch7RQ2-19" parent="1" style="text;html=1;whiteSpace=wrap;strokeColor=none;fillColor=none;align=center;verticalAlign=middle;rounded=0;" value="&lt;b&gt;fait l’objet de&lt;/b&gt;" vertex="1">
          <mxGeometry height="30" width="100" x="290" y="140" as="geometry" />
        </mxCell>
        <mxCell id="KaxJKvIV5xf2s8ch7RQ2-21" parent="1" style="text;whiteSpace=wrap;html=1;" value="&lt;b&gt;concerne&lt;/b&gt;" vertex="1">
          <mxGeometry height="40" width="80" x="390" y="200" as="geometry" />
        </mxCell>
        <mxCell id="KaxJKvIV5xf2s8ch7RQ2-22" parent="1" style="text;whiteSpace=wrap;html=1;" value="&lt;b&gt;est situé dans&lt;/b&gt;" vertex="1">
          <mxGeometry height="40" width="110" x="170" y="300" as="geometry" />
        </mxCell>
        <mxCell id="KaxJKvIV5xf2s8ch7RQ2-23" parent="1" style="text;whiteSpace=wrap;html=1;" value="&lt;b&gt;contient&lt;/b&gt;" vertex="1">
          <mxGeometry height="40" width="80" x="170" y="380" as="geometry" />
        </mxCell>
        <mxCell id="KaxJKvIV5xf2s8ch7RQ2-24" parent="1" style="text;whiteSpace=wrap;html=1;" value="&lt;b&gt;fait l’objet d’une&lt;/b&gt;" vertex="1">
          <mxGeometry height="40" width="90" x="295" y="260" as="geometry" />
        </mxCell>
        <mxCell id="KaxJKvIV5xf2s8ch7RQ2-25" parent="1" style="text;whiteSpace=wrap;html=1;" value="&lt;b&gt;intervient sur&lt;/b&gt;" vertex="1">
          <mxGeometry height="40" width="100" x="364" y="523" as="geometry" />
        </mxCell>
        <mxCell id="KaxJKvIV5xf2s8ch7RQ2-26" parent="1" style="text;whiteSpace=wrap;html=1;" value="&lt;b&gt;est réalisée par&lt;/b&gt;" vertex="1">
          <mxGeometry height="40" width="120" x="550" y="650" as="geometry" />
        </mxCell>
        <mxCell id="KaxJKvIV5xf2s8ch7RQ2-27" parent="1" style="text;whiteSpace=wrap;html=1;" value="&lt;b&gt;réalise&lt;/b&gt;" vertex="1">
          <mxGeometry height="40" width="70" x="610" y="880" as="geometry" />
        </mxCell>
        <mxCell id="KaxJKvIV5xf2s8ch7RQ2-28" parent="1" style="text;whiteSpace=wrap;html=1;" value="&lt;em data-start=&quot;880&quot; data-end=&quot;894&quot;&gt;&lt;b&gt;fait appel à&lt;/b&gt;&lt;/em&gt;" vertex="1">
          <mxGeometry height="40" width="90" x="414" y="645" as="geometry" />
        </mxCell>
        <mxCell id="KaxJKvIV5xf2s8ch7RQ2-29" parent="1" style="text;whiteSpace=wrap;html=1;" value="&lt;table&gt;&lt;tbody&gt;&lt;tr&gt;&lt;td data-start=&quot;924&quot; data-end=&quot;970&quot; data-col-size=&quot;sm&quot;&gt;&lt;strong data-start=&quot;926&quot; data-end=&quot;969&quot;&gt;&lt;/strong&gt;&lt;/td&gt;&lt;/tr&gt;&lt;/tbody&gt;&lt;/table&gt;&lt;table&gt;&lt;tbody&gt;&lt;tr&gt;&lt;td data-col-size=&quot;md&quot; data-start=&quot;970&quot; data-end=&quot;1010&quot;&gt;&lt;b&gt;&lt;em data-start=&quot;972&quot; data-end=&quot;986&quot;&gt;fournit pour&lt;/em&gt; &lt;/b&gt;&lt;/td&gt;&lt;/tr&gt;&lt;/tbody&gt;&lt;/table&gt;" vertex="1">
          <mxGeometry height="50" width="100" x="264" y="680" as="geometry" />
+         </mxCell>
+         <mxCell id="-9SsihF_MkL7gu9VcYMR-1" edge="1" parent="1" source="Ig_Bwu8nRR3nwBBhYGdf-13" style="endArrow=none;html=1;rounded=0;entryX=1;entryY=1;entryDx=0;entryDy=0;exitX=0;exitY=0.25;exitDx=0;exitDy=0;" target="Ig_Bwu8nRR3nwBBhYGdf-21" value="">
+           <mxGeometry height="50" relative="1" width="50" as="geometry">
+             <mxPoint x="1640" y="570" as="sourcePoint" />
+             <mxPoint x="1690" y="520" as="targetPoint" />
+           </mxGeometry>
+         </mxCell>
+         <mxCell id="-9SsihF_MkL7gu9VcYMR-2" edge="1" parent="1" style="endArrow=none;html=1;rounded=0;entryX=1;entryY=0.25;entryDx=0;entryDy=0;" target="Ig_Bwu8nRR3nwBBhYGdf-39" value="">
+           <mxGeometry height="50" relative="1" width="50" as="geometry">
+             <mxPoint x="2060" y="280" as="sourcePoint" />
+             <mxPoint x="1800" y="430" as="targetPoint" />
+           </mxGeometry>
+         </mxCell>
+         <mxCell id="-9SsihF_MkL7gu9VcYMR-3" edge="1" parent="1" source="Ig_Bwu8nRR3nwBBhYGdf-18" style="endArrow=none;html=1;rounded=0;exitX=1;exitY=0.5;exitDx=0;exitDy=0;entryX=0;entryY=0.25;entryDx=0;entryDy=0;" target="Ig_Bwu8nRR3nwBBhYGdf-84" value="">
+           <mxGeometry height="50" relative="1" width="50" as="geometry">
+             <mxPoint x="1750" y="580" as="sourcePoint" />
+             <mxPoint x="1800" y="530" as="targetPoint" />
+           </mxGeometry>
+         </mxCell>
+         <mxCell id="-9SsihF_MkL7gu9VcYMR-4" edge="1" parent="1" source="Ig_Bwu8nRR3nwBBhYGdf-89" style="endArrow=none;html=1;rounded=0;exitX=1;exitY=0.5;exitDx=0;exitDy=0;" value="">
+           <mxGeometry height="50" relative="1" width="50" as="geometry">
+             <mxPoint x="1500" y="430" as="sourcePoint" />
+             <mxPoint x="1430" y="370" as="targetPoint" />
+           </mxGeometry>
+         </mxCell>
+         <mxCell id="-9SsihF_MkL7gu9VcYMR-5" edge="1" parent="1" source="Ig_Bwu8nRR3nwBBhYGdf-93" style="endArrow=none;html=1;rounded=0;exitX=1;exitY=0.25;exitDx=0;exitDy=0;entryX=0;entryY=0.5;entryDx=0;entryDy=0;" target="Ig_Bwu8nRR3nwBBhYGdf-22" value="">
+           <mxGeometry height="50" relative="1" width="50" as="geometry">
+             <mxPoint x="1500" y="430" as="sourcePoint" />
+             <mxPoint x="1550" y="380" as="targetPoint" />
+           </mxGeometry>
        </mxCell>
      </root>
    </mxGraphModel>
  </diagram>
</mxfile>
